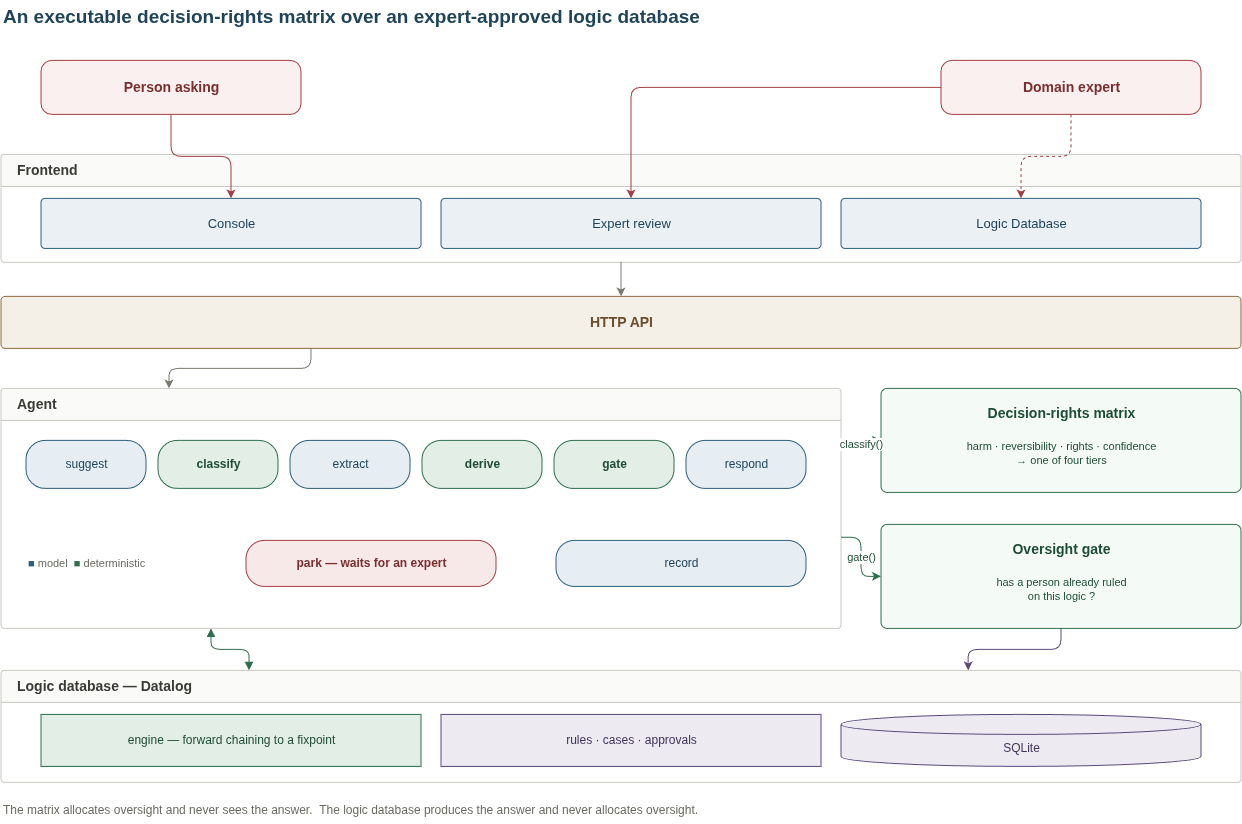
Earlier version of the draw.io export prototyping/paper/framework-simple-Framework.drawio.png (Shuangistan/ACM_confused.de). Source tidied: cells renumbered, new cells last; positions are measured from the earlier drawing's top-left corner, leaving out a move shared by most shapes.
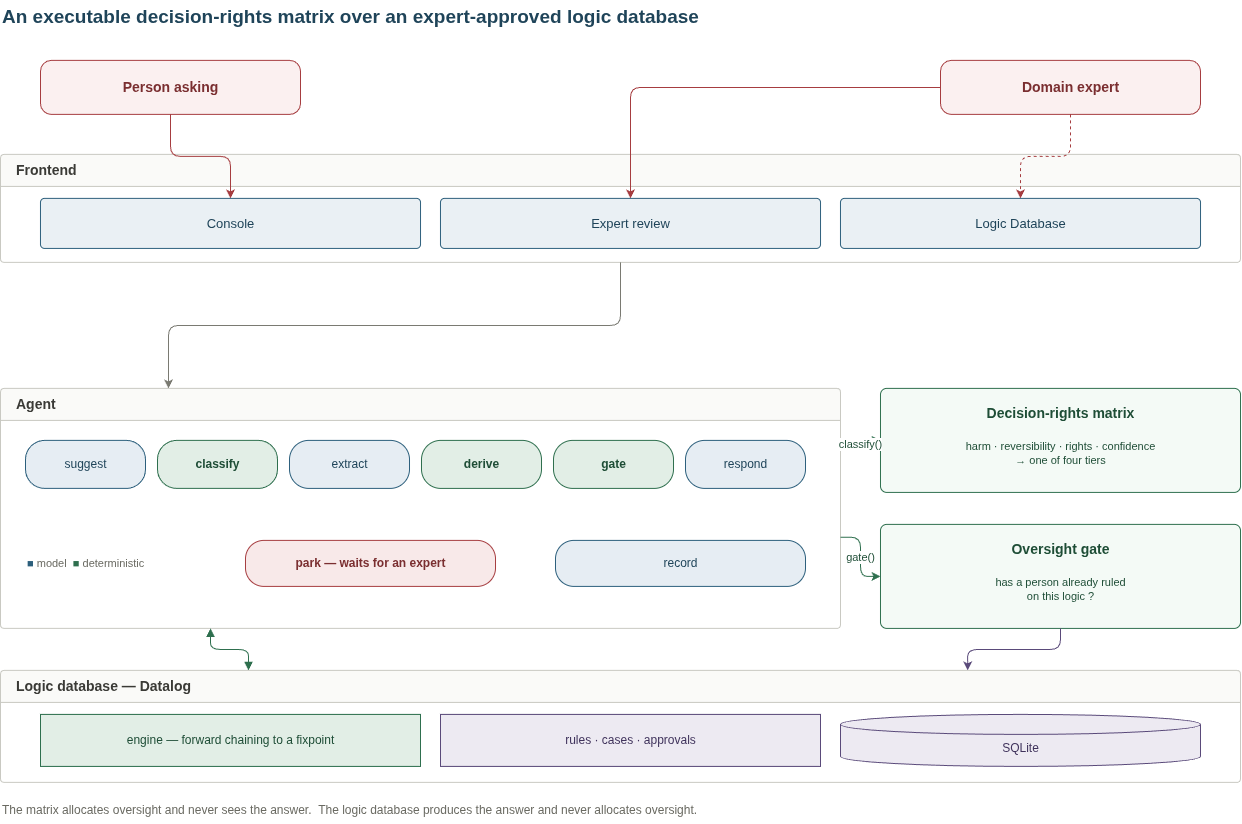
After the change.

What changed in the source:
```diff
@@ -23,9 +23,6 @@
     <mxCell id="8" value="Logic Database" style="rounded=1;arcSize=8;html=1;fillColor=#EAF0F4;strokeColor=#2C5F7C;fontColor=#1F4459;fontSize=13;" parent="5" vertex="1">
       <mxGeometry x="840" y="44" width="360" height="50" as="geometry" />
     </mxCell>
-    <mxCell id="9" value="HTTP API" style="rounded=1;arcSize=8;html=1;fillColor=#F4EFE7;strokeColor=#8C6A3F;fontColor=#6B4F2E;fontSize=14;fontStyle=1;" parent="1" vertex="1">
-      <mxGeometry y="296" width="1240" height="52" as="geometry" />
-    </mxCell>
     <mxCell id="10" value="Agent" style="swimlane;html=1;startSize=32;rounded=1;arcSize=4;fillColor=#FAFAF8;strokeColor=#C9C9C2;fontColor=#3A3A36;fontSize=14;fontStyle=1;align=left;spacingLeft=14;" parent="1" vertex="1">
       <mxGeometry y="388" width="840" height="240" as="geometry" />
     </mxCell>
@@ -89,10 +86,7 @@
     <mxCell id="30" style="edgeStyle=orthogonalEdgeStyle;rounded=1;html=1;strokeColor=#A63D40;dashed=1;" parent="1" edge="1" source="4" target="8">
       <mxGeometry relative="1" as="geometry" />
     </mxCell>
-    <mxCell id="31" style="edgeStyle=orthogonalEdgeStyle;rounded=1;html=1;strokeColor=#7A7A72;exitX=0.5;exitY=1;exitDx=0;exitDy=0;entryX=0.5;entryY=0;entryDx=0;entryDy=0;" parent="1" edge="1" source="5" target="9">
-      <mxGeometry relative="1" as="geometry" />
-    </mxCell>
-    <mxCell id="32" style="edgeStyle=orthogonalEdgeStyle;rounded=1;html=1;strokeColor=#7A7A72;exitX=0.25;exitY=1;exitDx=0;exitDy=0;entryX=0.2;entryY=0;entryDx=0;entryDy=0;" parent="1" edge="1" source="9" target="10">
+    <mxCell id="32" style="edgeStyle=orthogonalEdgeStyle;rounded=1;html=1;strokeColor=#7A7A72;entryX=0.2;entryY=0;entryDx=0;entryDy=0;exitX=0.5;exitY=1;exitDx=0;exitDy=0;" parent="1" edge="1" source="5" target="10">
       <mxGeometry relative="1" as="geometry" />
     </mxCell>
     <mxCell id="33" value="classify()" style="edgeStyle=orthogonalEdgeStyle;rounded=1;html=1;strokeColor=#2E6F4E;fontSize=11;fontColor=#1E4D36;exitX=1;exitY=0.25;exitDx=0;exitDy=0;entryX=0;entryY=0.5;entryDx=0;entryDy=0;" parent="1" edge="1" source="10" target="20">
```
